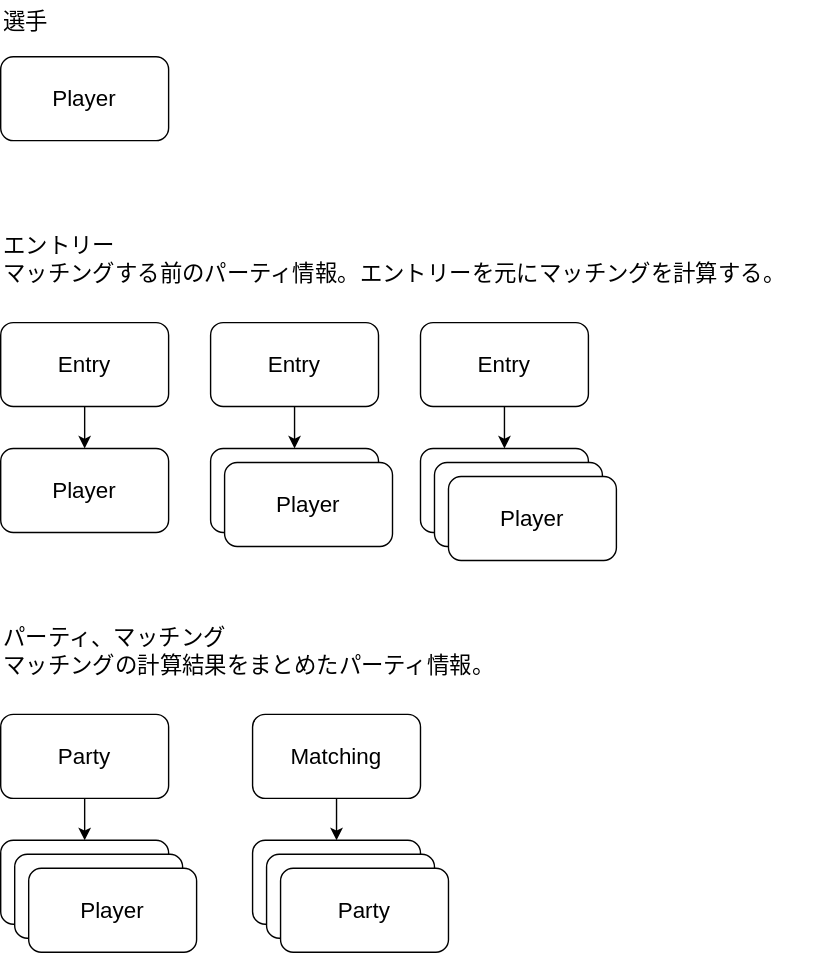
conf8o/moisi_rank_matching_system keeps this draw.io diagram as ADR/img/20230408_0_マッチングのロジック.drawio.svg. Above is the earlier version. Source tidied: cells renumbered, new cells last; positions are measured from the earlier drawing's top-left corner, leaving out a move shared by most shapes.
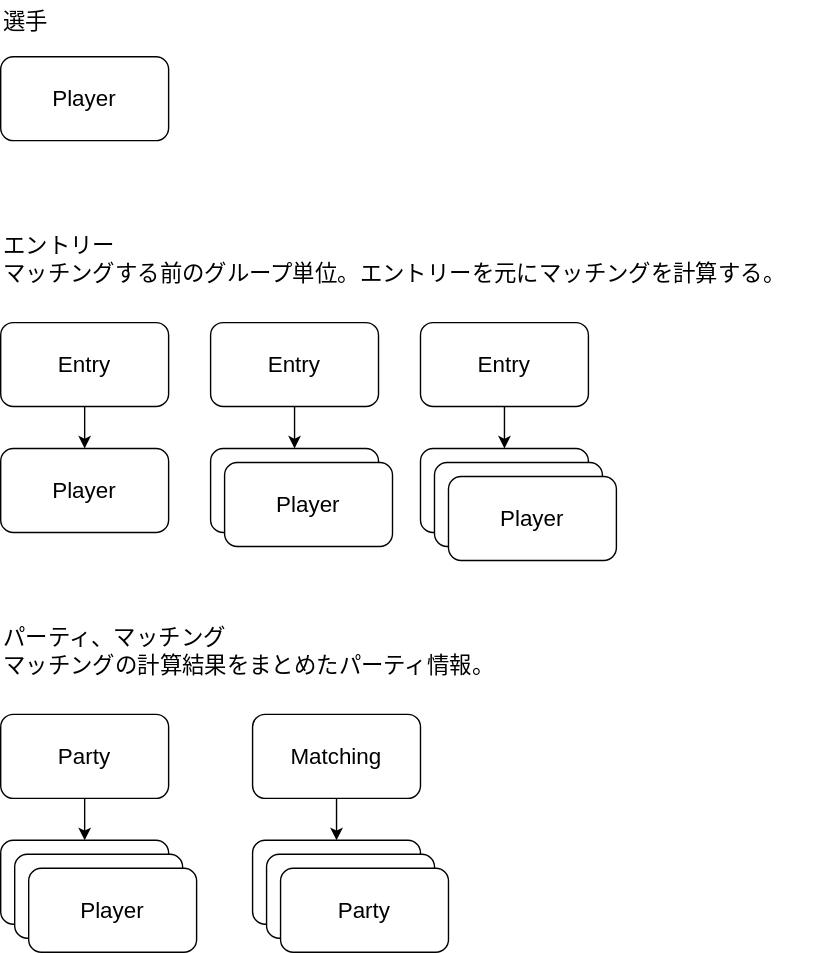
After the change.

The edit, as a diff of the source:
```diff
@@ -44,7 +44,7 @@
     <mxCell id="15" value="選手" style="text;html=1;align=left;verticalAlign=middle;strokeColor=none;fillColor=none;fontSize=16;" parent="1" vertex="1">
       <mxGeometry width="60" height="30" as="geometry" />
     </mxCell>
-    <mxCell id="16" value="エントリー&lt;br&gt;マッチングする前のパーティ情報。エントリーを元にマッチングを計算する。" style="text;html=1;align=left;verticalAlign=middle;strokeColor=none;fillColor=none;fontSize=16;" parent="1" vertex="1">
+    <mxCell id="16" value="エントリー&lt;br&gt;マッチングする前のグループ単位。エントリーを元にマッチングを計算する。" style="text;html=1;align=left;verticalAlign=middle;strokeColor=none;fillColor=none;fontSize=16;" parent="1" vertex="1">
       <mxGeometry y="160" width="580" height="50" as="geometry" />
     </mxCell>
     <mxCell id="17" value="パーティ、マッチング&lt;br&gt;マッチングの計算結果をまとめたパーティ情報。" style="text;html=1;align=left;verticalAlign=middle;strokeColor=none;fillColor=none;fontSize=16;" parent="1" vertex="1">
```
